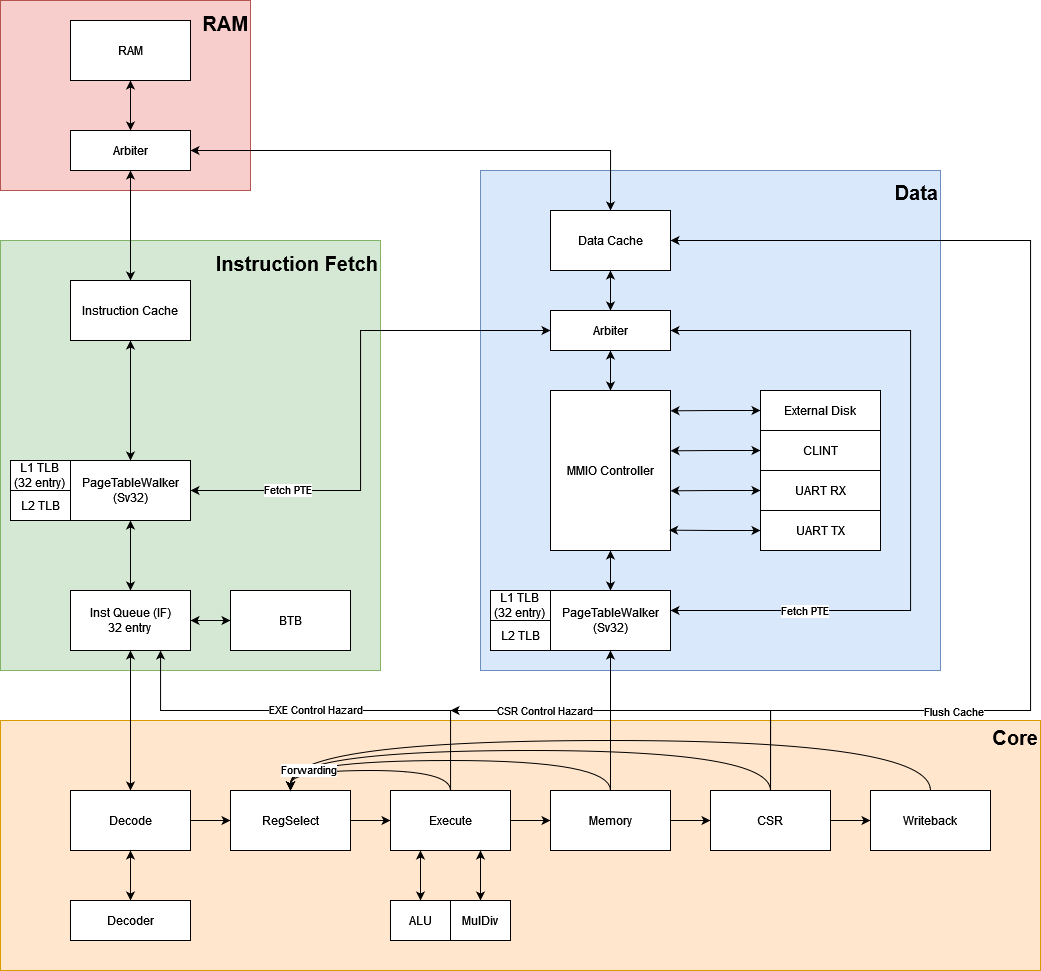
Before: rvcore.drawio.png, a diagram exported from draw.io (nananapo/rvcpu). Source tidied: cells renumbered, new cells last; positions are measured from the earlier drawing's top-left corner, leaving out a move shared by most shapes.
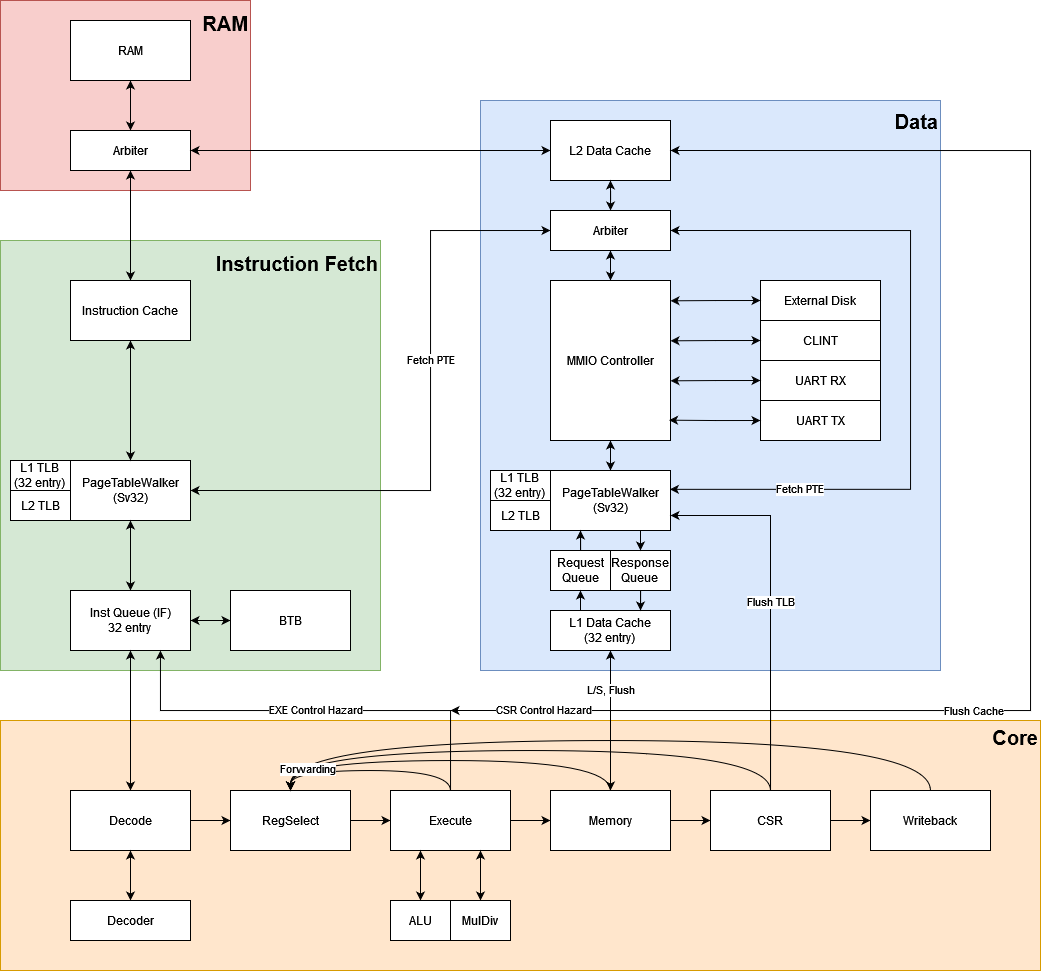
After the change.

Commit message:
add: アーキテクチャ図にL1/L2 D$を追加

The edit, as a diff of the source:
```diff
@@ -1,4 +1,4 @@
-<mxGraphModel background="#FFFFFF">
+<mxGraphModel>
   <root>
     <mxCell id="0" />
     <mxCell id="1" parent="0" />
@@ -8,8 +8,8 @@
     <mxCell id="3" value="&lt;div&gt;&lt;b&gt;Core&lt;br&gt;&lt;/b&gt;&lt;/div&gt;&lt;div&gt;&lt;b&gt;&lt;br&gt;&lt;/b&gt;&lt;/div&gt;&lt;div&gt;&lt;b&gt;&lt;br&gt;&lt;/b&gt;&lt;/div&gt;&lt;div&gt;&lt;b&gt;&lt;br&gt;&lt;/b&gt;&lt;/div&gt;&lt;div&gt;&lt;b&gt;&lt;br&gt;&lt;/b&gt;&lt;/div&gt;&lt;div&gt;&lt;b&gt;&lt;br&gt;&lt;/b&gt;&lt;/div&gt;&lt;div&gt;&lt;b&gt;&lt;br&gt;&lt;/b&gt;&lt;/div&gt;&lt;div&gt;&lt;b&gt;&lt;br&gt;&lt;/b&gt;&lt;/div&gt;&lt;div&gt;&lt;b&gt;&lt;br&gt;&lt;/b&gt;&lt;/div&gt;&lt;div&gt;&lt;b&gt;&lt;br&gt;&lt;/b&gt;&lt;/div&gt;" style="rounded=0;whiteSpace=wrap;html=1;fillColor=#ffe6cc;strokeColor=#d79b00;fontSize=20;align=right;" parent="1" vertex="1">
       <mxGeometry y="720" width="1040" height="250" as="geometry" />
     </mxCell>
-    <mxCell id="4" value="&lt;div&gt;&lt;b&gt;Data&lt;br&gt;&lt;/b&gt;&lt;/div&gt;&lt;div&gt;&lt;b&gt;&lt;br&gt;&lt;/b&gt;&lt;/div&gt;&lt;div&gt;&lt;b&gt;&lt;br&gt;&lt;/b&gt;&lt;/div&gt;&lt;div&gt;&lt;b&gt;&lt;br&gt;&lt;/b&gt;&lt;/div&gt;&lt;div&gt;&lt;b&gt;&lt;br&gt;&lt;/b&gt;&lt;/div&gt;&lt;div&gt;&lt;b&gt;&lt;br&gt;&lt;/b&gt;&lt;/div&gt;&lt;div&gt;&lt;b&gt;&lt;br&gt;&lt;/b&gt;&lt;/div&gt;&lt;div&gt;&lt;b&gt;&lt;br&gt;&lt;/b&gt;&lt;/div&gt;&lt;div&gt;&lt;b&gt;&lt;br&gt;&lt;/b&gt;&lt;/div&gt;&lt;div&gt;&lt;b&gt;&lt;br&gt;&lt;/b&gt;&lt;/div&gt;&lt;div&gt;&lt;b&gt;&lt;br&gt;&lt;/b&gt;&lt;/div&gt;&lt;div&gt;&lt;b&gt;&lt;br&gt;&lt;/b&gt;&lt;/div&gt;&lt;div&gt;&lt;b&gt;&lt;br&gt;&lt;/b&gt;&lt;/div&gt;&lt;div&gt;&lt;b&gt;&lt;br&gt;&lt;/b&gt;&lt;/div&gt;&lt;div&gt;&lt;b&gt;&lt;br&gt;&lt;/b&gt;&lt;/div&gt;&lt;div&gt;&lt;b&gt;&lt;br&gt;&lt;/b&gt;&lt;/div&gt;&lt;div&gt;&lt;b&gt;&lt;br&gt;&lt;/b&gt;&lt;/div&gt;&lt;div&gt;&lt;b&gt;&lt;br&gt;&lt;/b&gt;&lt;/div&gt;&lt;div&gt;&lt;b&gt;&lt;br&gt;&lt;/b&gt;&lt;/div&gt;&lt;div&gt;&lt;br&gt;&lt;/div&gt;" style="rounded=0;whiteSpace=wrap;html=1;fillColor=#dae8fc;strokeColor=#6c8ebf;fontSize=20;align=right;" parent="1" vertex="1">
-      <mxGeometry x="480" y="170" width="460" height="500" as="geometry" />
+    <mxCell id="4" value="&lt;div&gt;&lt;b&gt;Data&lt;br&gt;&lt;/b&gt;&lt;/div&gt;&lt;div&gt;&lt;b&gt;&lt;br&gt;&lt;/b&gt;&lt;/div&gt;&lt;div&gt;&lt;b&gt;&lt;br&gt;&lt;/b&gt;&lt;/div&gt;&lt;div&gt;&lt;b&gt;&lt;br&gt;&lt;/b&gt;&lt;/div&gt;&lt;div&gt;&lt;b&gt;&lt;br&gt;&lt;/b&gt;&lt;/div&gt;&lt;div&gt;&lt;b&gt;&lt;br&gt;&lt;/b&gt;&lt;/div&gt;&lt;div&gt;&lt;b&gt;&lt;br&gt;&lt;/b&gt;&lt;/div&gt;&lt;div&gt;&lt;b&gt;&lt;br&gt;&lt;/b&gt;&lt;/div&gt;&lt;div&gt;&lt;b&gt;&lt;br&gt;&lt;/b&gt;&lt;/div&gt;&lt;div&gt;&lt;b&gt;&lt;br&gt;&lt;/b&gt;&lt;/div&gt;&lt;div&gt;&lt;b&gt;&lt;br&gt;&lt;/b&gt;&lt;/div&gt;&lt;div&gt;&lt;b&gt;&lt;br&gt;&lt;/b&gt;&lt;/div&gt;&lt;div&gt;&lt;b&gt;&lt;br&gt;&lt;/b&gt;&lt;/div&gt;&lt;div&gt;&lt;b&gt;&lt;br&gt;&lt;/b&gt;&lt;/div&gt;&lt;div&gt;&lt;b&gt;&lt;br&gt;&lt;/b&gt;&lt;/div&gt;&lt;div&gt;&lt;b&gt;&lt;br&gt;&lt;/b&gt;&lt;/div&gt;&lt;div&gt;&lt;b&gt;&lt;br&gt;&lt;/b&gt;&lt;/div&gt;&lt;div&gt;&lt;b&gt;&lt;br&gt;&lt;/b&gt;&lt;/div&gt;&lt;div&gt;&lt;b&gt;&lt;br&gt;&lt;/b&gt;&lt;/div&gt;&lt;div&gt;&lt;b&gt;&lt;br&gt;&lt;/b&gt;&lt;/div&gt;&lt;div&gt;&lt;b&gt;&lt;br&gt;&lt;/b&gt;&lt;/div&gt;&lt;div&gt;&lt;b&gt;&lt;br&gt;&lt;/b&gt;&lt;/div&gt;&lt;div&gt;&lt;br&gt;&lt;/div&gt;" style="rounded=0;whiteSpace=wrap;html=1;fillColor=#dae8fc;strokeColor=#6c8ebf;fontSize=20;align=right;" parent="1" vertex="1">
+      <mxGeometry x="480" y="100" width="460" height="570" as="geometry" />
     </mxCell>
     <mxCell id="5" value="&lt;div&gt;&lt;b&gt;Instruction Fetch&lt;br&gt;&lt;/b&gt;&lt;/div&gt;&lt;div&gt;&lt;b&gt;&lt;br&gt;&lt;/b&gt;&lt;/div&gt;&lt;div&gt;&lt;b&gt;&lt;br&gt;&lt;/b&gt;&lt;/div&gt;&lt;div&gt;&lt;b&gt;&lt;br&gt;&lt;/b&gt;&lt;/div&gt;&lt;div&gt;&lt;b&gt;&lt;br&gt;&lt;/b&gt;&lt;/div&gt;&lt;div&gt;&lt;b&gt;&lt;br&gt;&lt;/b&gt;&lt;/div&gt;&lt;div&gt;&lt;b&gt;&lt;br&gt;&lt;/b&gt;&lt;/div&gt;&lt;div&gt;&lt;b&gt;&lt;br&gt;&lt;/b&gt;&lt;/div&gt;&lt;div&gt;&lt;b&gt;&lt;br&gt;&lt;/b&gt;&lt;/div&gt;&lt;div&gt;&lt;b&gt;&lt;br&gt;&lt;/b&gt;&lt;/div&gt;&lt;div&gt;&lt;b&gt;&lt;br&gt;&lt;/b&gt;&lt;/div&gt;&lt;div&gt;&lt;b&gt;&lt;br&gt;&lt;/b&gt;&lt;/div&gt;&lt;div&gt;&lt;b&gt;&lt;br&gt;&lt;/b&gt;&lt;/div&gt;&lt;div&gt;&lt;b&gt;&lt;br&gt;&lt;/b&gt;&lt;/div&gt;&lt;div&gt;&lt;b&gt;&lt;br&gt;&lt;/b&gt;&lt;/div&gt;&lt;div&gt;&lt;b&gt;&lt;br&gt;&lt;/b&gt;&lt;/div&gt;&lt;div&gt;&lt;b&gt;&lt;br&gt;&lt;/b&gt;&lt;/div&gt;" style="rounded=0;whiteSpace=wrap;html=1;fillColor=#d5e8d4;strokeColor=#82b366;fontSize=20;align=right;" parent="1" vertex="1">
       <mxGeometry y="240" width="380" height="430" as="geometry" />
@@ -29,22 +29,24 @@
     <mxCell id="10" style="edgeStyle=orthogonalEdgeStyle;rounded=0;jettySize=auto;html=1;entryX=0;entryY=0.5;entryDx=0;entryDy=0;exitX=1;exitY=0.5;exitDx=0;exitDy=0;startArrow=classic;startFill=1;" parent="1" edge="1" source="12" target="26">
       <mxGeometry relative="1" as="geometry">
         <Array as="points">
-          <mxPoint x="360" y="490" />
-          <mxPoint x="360" y="330" />
+          <mxPoint x="430" y="490" />
+          <mxPoint x="430" y="230" />
         </Array>
       </mxGeometry>
     </mxCell>
     <mxCell id="11" value="Fetch PTE" style="edgeLabel;html=1;align=center;verticalAlign=middle;" parent="10" vertex="1">
-      <mxGeometry x="-0.63" y="1" relative="1" as="geometry" />
+      <mxGeometry x="-0.63" y="1" relative="1" as="geometry">
+        <mxPoint x="125" y="-129" as="offset" />
+      </mxGeometry>
     </mxCell>
     <mxCell id="12" value="&lt;div&gt;PageTableWalker&lt;/div&gt;&lt;div&gt;(Sv32)&lt;/div&gt;" style="rounded=0;whiteSpace=wrap;html=1;" parent="1" vertex="1">
       <mxGeometry x="70" y="460" width="120" height="60" as="geometry" />
     </mxCell>
-    <mxCell id="13" style="edgeStyle=orthogonalEdgeStyle;rounded=0;jettySize=auto;html=1;entryX=1;entryY=0.5;entryDx=0;entryDy=0;startArrow=classic;startFill=1;" parent="1" edge="1" source="16" target="26">
+    <mxCell id="13" style="edgeStyle=orthogonalEdgeStyle;rounded=0;jettySize=auto;html=1;entryX=1;entryY=0.5;entryDx=0;entryDy=0;startArrow=classic;startFill=1;exitX=0.995;exitY=0.314;exitDx=0;exitDy=0;exitPerimeter=0;" parent="1" edge="1" source="16" target="26">
       <mxGeometry relative="1" as="geometry">
         <Array as="points">
-          <mxPoint x="910" y="610" />
-          <mxPoint x="910" y="330" />
+          <mxPoint x="910" y="489" />
+          <mxPoint x="910" y="230" />
         </Array>
       </mxGeometry>
     </mxCell>
@@ -55,7 +57,7 @@
       <mxGeometry relative="1" as="geometry" />
     </mxCell>
     <mxCell id="16" value="&lt;div&gt;PageTableWalker&lt;/div&gt;&lt;div&gt;(Sv32)&lt;/div&gt;" style="rounded=0;whiteSpace=wrap;html=1;" parent="1" vertex="1">
-      <mxGeometry x="550" y="590" width="120" height="60" as="geometry" />
+      <mxGeometry x="550" y="470" width="120" height="60" as="geometry" />
     </mxCell>
     <mxCell id="17" style="edgeStyle=orthogonalEdgeStyle;rounded=0;jettySize=auto;html=1;entryX=0.5;entryY=1;entryDx=0;entryDy=0;startArrow=classic;startFill=1;" parent="1" edge="1" source="19" target="12">
       <mxGeometry relative="1" as="geometry" />
@@ -73,19 +75,19 @@
       <mxGeometry relative="1" as="geometry" />
     </mxCell>
     <mxCell id="22" value="MMIO Controller" style="rounded=0;whiteSpace=wrap;html=1;" parent="1" vertex="1">
-      <mxGeometry x="550" y="390" width="120" height="160" as="geometry" />
+      <mxGeometry x="550" y="280" width="120" height="160" as="geometry" />
     </mxCell>
-    <mxCell id="23" style="edgeStyle=orthogonalEdgeStyle;rounded=0;jettySize=auto;html=1;entryX=1;entryY=0.5;entryDx=0;entryDy=0;exitX=0.5;exitY=0;exitDx=0;exitDy=0;startArrow=classic;startFill=1;" parent="1" edge="1" source="24" target="9">
+    <mxCell id="23" style="edgeStyle=orthogonalEdgeStyle;rounded=0;jettySize=auto;html=1;entryX=1;entryY=0.5;entryDx=0;entryDy=0;exitX=0;exitY=0.5;exitDx=0;exitDy=0;startArrow=classic;startFill=1;" parent="1" edge="1" source="24" target="9">
       <mxGeometry relative="1" as="geometry" />
     </mxCell>
-    <mxCell id="24" value="Data Cache" style="rounded=0;whiteSpace=wrap;html=1;" parent="1" vertex="1">
-      <mxGeometry x="550" y="210" width="120" height="60" as="geometry" />
+    <mxCell id="24" value="&lt;div&gt;L2 Data Cache&lt;/div&gt;" style="rounded=0;whiteSpace=wrap;html=1;" parent="1" vertex="1">
+      <mxGeometry x="550" y="120" width="120" height="60" as="geometry" />
     </mxCell>
     <mxCell id="25" style="edgeStyle=orthogonalEdgeStyle;rounded=0;jettySize=auto;html=1;entryX=0.5;entryY=1;entryDx=0;entryDy=0;startArrow=classic;startFill=1;" parent="1" edge="1" source="26" target="24">
       <mxGeometry relative="1" as="geometry" />
     </mxCell>
     <mxCell id="26" value="Arbiter" style="rounded=0;whiteSpace=wrap;html=1;" parent="1" vertex="1">
-      <mxGeometry x="550" y="310" width="120" height="40" as="geometry" />
+      <mxGeometry x="550" y="210" width="120" height="40" as="geometry" />
     </mxCell>
     <mxCell id="27" style="edgeStyle=orthogonalEdgeStyle;rounded=0;jettySize=auto;html=1;entryX=0.5;entryY=0;entryDx=0;entryDy=0;startArrow=classic;startFill=1;" parent="1" edge="1" source="28" target="12">
       <mxGeometry relative="1" as="geometry" />
@@ -93,17 +95,17 @@
     <mxCell id="28" value="&lt;div&gt;Instruction Cache&lt;/div&gt;" style="rounded=0;whiteSpace=wrap;html=1;" parent="1" vertex="1">
       <mxGeometry x="70" y="280" width="120" height="60" as="geometry" />
     </mxCell>
-    <mxCell id="29" value="External Disk" style="rounded=0;whiteSpace=wrap;html=1;" parent="1" vertex="1">
-      <mxGeometry x="760" y="390" width="120" height="40" as="geometry" />
+    <mxCell id="29" value="&lt;div&gt;External Disk&lt;/div&gt;" style="rounded=0;whiteSpace=wrap;html=1;" parent="1" vertex="1">
+      <mxGeometry x="760" y="280" width="120" height="40" as="geometry" />
     </mxCell>
     <mxCell id="30" value="CLINT" style="rounded=0;whiteSpace=wrap;html=1;" parent="1" vertex="1">
-      <mxGeometry x="760" y="430" width="120" height="40" as="geometry" />
+      <mxGeometry x="760" y="320" width="120" height="40" as="geometry" />
     </mxCell>
     <mxCell id="31" value="UART RX" style="rounded=0;whiteSpace=wrap;html=1;" parent="1" vertex="1">
-      <mxGeometry x="760" y="470" width="120" height="40" as="geometry" />
+      <mxGeometry x="760" y="360" width="120" height="40" as="geometry" />
     </mxCell>
     <mxCell id="32" value="UART TX" style="rounded=0;whiteSpace=wrap;html=1;" parent="1" vertex="1">
-      <mxGeometry x="760" y="510" width="120" height="40" as="geometry" />
+      <mxGeometry x="760" y="400" width="120" height="40" as="geometry" />
     </mxCell>
     <mxCell id="33" style="edgeStyle=orthogonalEdgeStyle;rounded=0;jettySize=auto;html=1;exitX=0;exitY=0.5;exitDx=0;exitDy=0;entryX=1;entryY=0.127;entryDx=0;entryDy=0;entryPerimeter=0;startArrow=classic;startFill=1;" parent="1" edge="1" source="29" target="22">
       <mxGeometry relative="1" as="geometry" />
@@ -154,8 +156,8 @@
     <mxCell id="46" style="edgeStyle=orthogonalEdgeStyle;rounded=0;jettySize=auto;html=1;entryX=0;entryY=0.5;entryDx=0;entryDy=0;" parent="1" edge="1" source="48" target="55">
       <mxGeometry relative="1" as="geometry" />
     </mxCell>
-    <mxCell id="47" style="edgeStyle=orthogonalEdgeStyle;rounded=0;jettySize=auto;html=1;entryX=0.5;entryY=1;entryDx=0;entryDy=0;" parent="1" edge="1" source="48" target="16">
-      <mxGeometry relative="1" as="geometry" />
+    <mxCell id="47" value="L/S, Flush" style="edgeStyle=orthogonalEdgeStyle;rounded=0;jettySize=auto;html=1;entryX=0.5;entryY=1;entryDx=0;entryDy=0;startArrow=classic;startFill=1;" parent="1" edge="1" source="48" target="70">
+      <mxGeometry x="0.43" relative="1" as="geometry" />
     </mxCell>
     <mxCell id="48" value="Memory" style="rounded=0;whiteSpace=wrap;html=1;" parent="1" vertex="1">
       <mxGeometry x="550" y="790" width="120" height="60" as="geometry" />
@@ -187,7 +189,7 @@
         <Array as="points">
           <mxPoint x="770" y="710" />
           <mxPoint x="1030" y="710" />
-          <mxPoint x="1030" y="240" />
+          <mxPoint x="1030" y="150" />
         </Array>
       </mxGeometry>
     </mxCell>
@@ -244,10 +246,38 @@
       <mxGeometry x="10" y="490" width="60" height="30" as="geometry" />
     </mxCell>
     <mxCell id="68" value="&lt;div&gt;L1 TLB&lt;/div&gt;&lt;div&gt;(32 entry)&lt;br&gt;&lt;/div&gt;" style="rounded=0;whiteSpace=wrap;html=1;" parent="1" vertex="1">
-      <mxGeometry x="490" y="590" width="60" height="30" as="geometry" />
+      <mxGeometry x="490" y="470" width="60" height="30" as="geometry" />
     </mxCell>
     <mxCell id="69" value="&lt;div&gt;L2 TLB&lt;/div&gt;" style="rounded=0;whiteSpace=wrap;html=1;" parent="1" vertex="1">
-      <mxGeometry x="490" y="620" width="60" height="30" as="geometry" />
+      <mxGeometry x="490" y="500" width="60" height="30" as="geometry" />
     </mxCell>
+    <mxCell id="70" value="&lt;div&gt;L1 Data Cache&lt;br&gt;&lt;/div&gt;&lt;div&gt;(32 entry)&lt;br&gt;&lt;/div&gt;" style="rounded=0;whiteSpace=wrap;html=1;" parent="1" vertex="1">
+      <mxGeometry x="550" y="610" width="120" height="40" as="geometry" />
+    </mxCell>
+    <mxCell id="71" style="edgeStyle=orthogonalEdgeStyle;rounded=0;jettySize=auto;html=1;entryX=0.25;entryY=1;entryDx=0;entryDy=0;" parent="1" edge="1" source="72" target="16">
+      <mxGeometry relative="1" as="geometry" />
+    </mxCell>
+    <mxCell id="72" value="Request Queue" style="rounded=0;whiteSpace=wrap;html=1;" parent="1" vertex="1">
+      <mxGeometry x="550" y="550" width="60" height="40" as="geometry" />
+    </mxCell>
+    <mxCell id="73" style="edgeStyle=orthogonalEdgeStyle;rounded=0;jettySize=auto;html=1;entryX=0.75;entryY=0;entryDx=0;entryDy=0;" parent="1" edge="1" source="74" target="70">
+      <mxGeometry relative="1" as="geometry" />
+    </mxCell>
+    <mxCell id="74" value="&lt;div&gt;Response&lt;/div&gt;&lt;div&gt;Queue&lt;br&gt;&lt;/div&gt;" style="rounded=0;whiteSpace=wrap;html=1;" parent="1" vertex="1">
+      <mxGeometry x="610" y="550" width="60" height="40" as="geometry" />
+    </mxCell>
+    <mxCell id="75" style="endArrow=classic;html=1;rounded=0;exitX=0.25;exitY=0;exitDx=0;exitDy=0;entryX=0.5;entryY=1;entryDx=0;entryDy=0;" parent="1" edge="1" source="70" target="72">
+      <mxGeometry relative="1" as="geometry" />
+    </mxCell>
+    <mxCell id="76" style="endArrow=classic;html=1;rounded=0;exitX=0.75;exitY=1;exitDx=0;exitDy=0;entryX=0.5;entryY=0;entryDx=0;entryDy=0;" parent="1" edge="1" source="16" target="74">
+      <mxGeometry relative="1" as="geometry" />
+    </mxCell>
+    <mxCell id="77" value="Flush TLB" style="endArrow=classic;html=1;rounded=0;exitX=0.5;exitY=0;exitDx=0;exitDy=0;entryX=1;entryY=0.75;entryDx=0;entryDy=0;" parent="1" edge="1" source="55" target="16">
+      <mxGeometry relative="1" as="geometry">
+        <Array as="points">
+          <mxPoint x="770" y="515" />
+        </Array>
+      </mxGeometry>
+    </mxCell>
   </root>
 </mxGraphModel>
```
